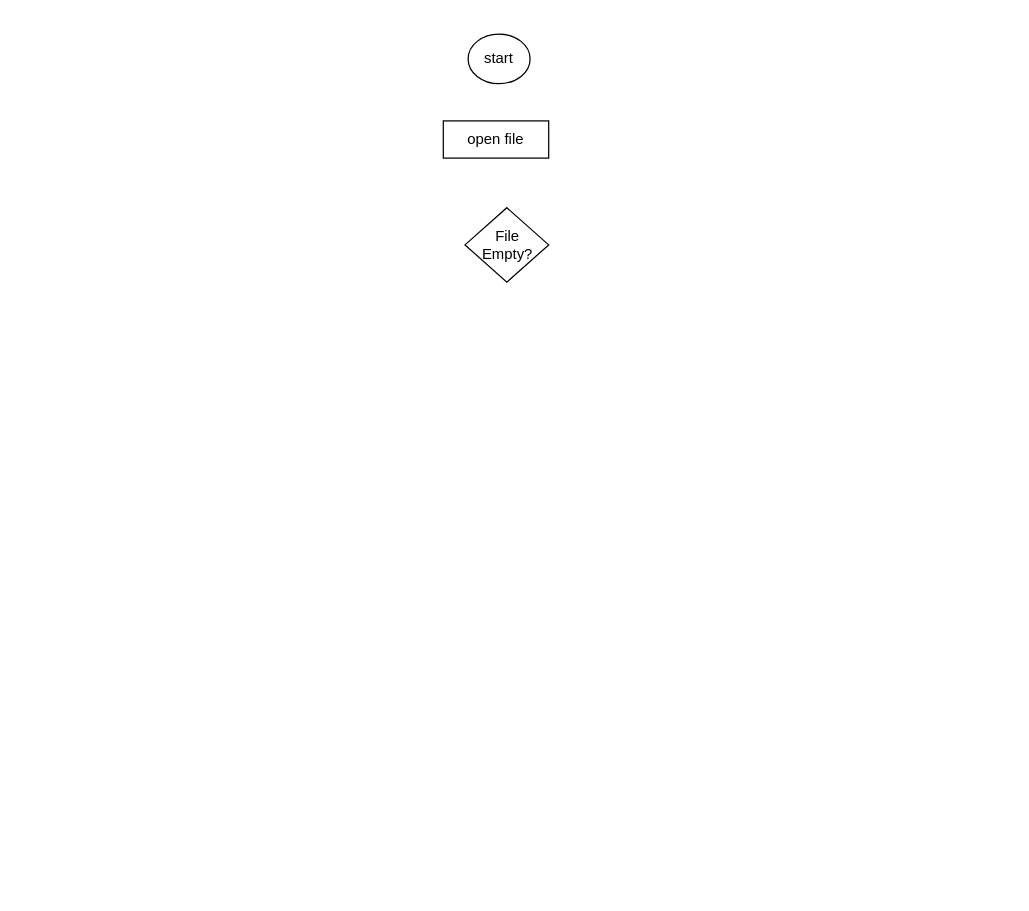
leonel-carrizo/get_next_line keeps this draw.io diagram as flowcharts_get_next_line.drawio. Above is the earlier version. Source tidied: cells renumbered, new cells numbered last; positions are measured from the earlier drawing's top-left corner, leaving out a move shared by most shapes. Both pictures are drawn from the tidied source at 124%, with x=0, y=0 at pixel (443, 33).
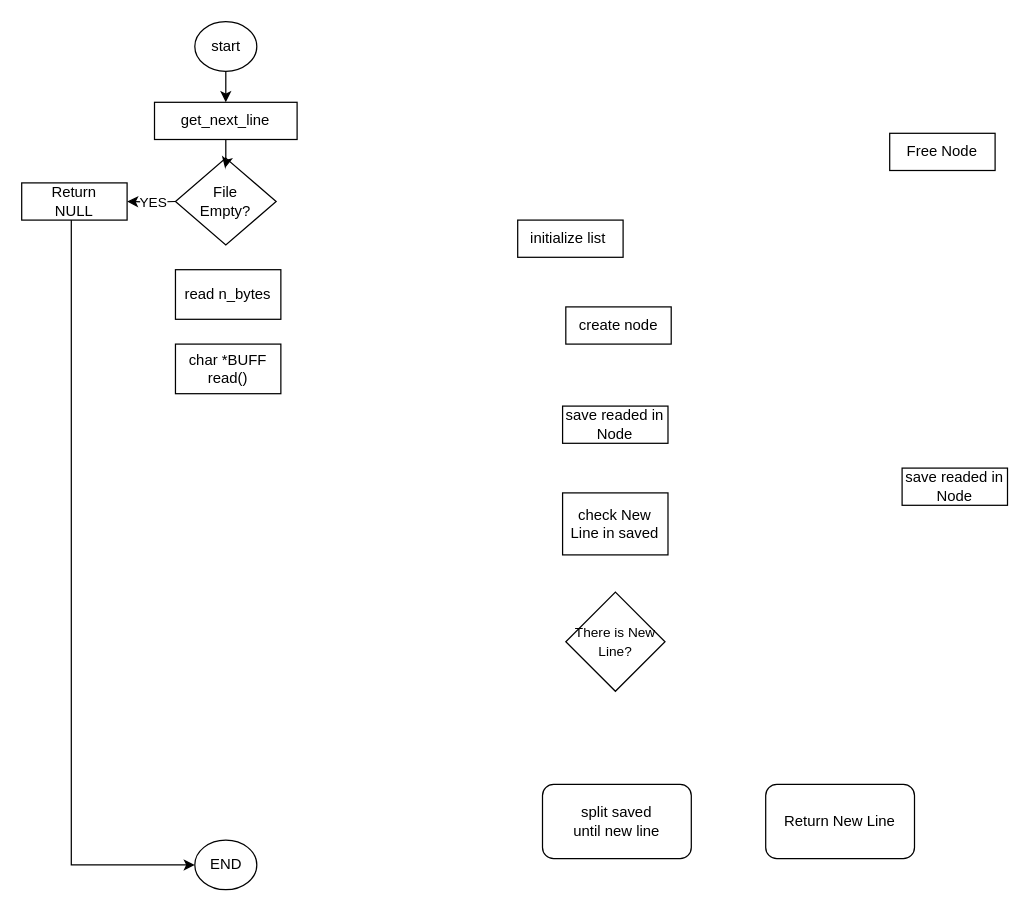
Above is the later version.

Change to the diagram source:
```diff
@@
+    <mxCell id="5" value="check New Line in saved" style="rounded=0;whiteSpace=wrap;html=1;" parent="1" vertex="1">
+      <mxGeometry x="96.2" y="370" width="85" height="50" as="geometry" />
+    </mxCell>
+    <mxCell id="6" style="edgeStyle=orthogonalEdgeStyle;rounded=0;jettySize=auto;html=1;" parent="1" edge="1" source="2" target="3">
+      <mxGeometry relative="1" as="geometry" />
+    </mxCell>
     <mxCell id="2" value="start" style="ellipse;whiteSpace=wrap;html=1;" parent="1" vertex="1">
-      <mxGeometry x="20" width="50" height="40" as="geometry" />
+      <mxGeometry x="-200.4" y="-10" width="50" height="40" as="geometry" />
     </mxCell>
-    <mxCell id="3" value="open file" style="rounded=0;whiteSpace=wrap;html=1;" parent="1" vertex="1">
-      <mxGeometry y="70" width="85" height="30" as="geometry" />
+    <mxCell id="3" value="get_next_line" style="rounded=0;whiteSpace=wrap;html=1;" parent="1" vertex="1">
+      <mxGeometry x="-232.9" y="55" width="115" height="30" as="geometry" />
     </mxCell>
+    <mxCell id="7" style="edgeStyle=orthogonalEdgeStyle;rounded=0;jettySize=auto;html=1;exitX=0;exitY=0.5;exitDx=0;exitDy=0;" parent="1" edge="1" target="13">
+      <mxGeometry relative="1" as="geometry">
+        <mxPoint x="-216" y="135" as="sourcePoint" />
+      </mxGeometry>
+    </mxCell>
+    <mxCell id="8" value="YES" style="edgeLabel;html=1;align=center;verticalAlign=middle;" parent="7" vertex="1">
+      <mxGeometry x="-0.05" relative="1" as="geometry" />
+    </mxCell>
     <mxCell id="4" value="File&lt;br&gt;Empty?" style="rhombus;whiteSpace=wrap;html=1;" parent="1" vertex="1">
-      <mxGeometry x="17.5" y="140" width="67.5" height="60" as="geometry" />
+      <mxGeometry x="-216" y="100" width="81.2" height="70" as="geometry" />
     </mxCell>
+    <mxCell id="9" value="create node" style="rounded=0;whiteSpace=wrap;html=1;" parent="1" vertex="1">
+      <mxGeometry x="98.8" y="220" width="85" height="30" as="geometry" />
+    </mxCell>
+    <mxCell id="10" value="initialize list&amp;nbsp;" style="rounded=0;whiteSpace=wrap;html=1;" parent="1" vertex="1">
+      <mxGeometry x="60" y="150" width="85" height="30" as="geometry" />
+    </mxCell>
+    <mxCell id="11" value="read n_bytes" style="rounded=0;whiteSpace=wrap;html=1;" parent="1" vertex="1">
+      <mxGeometry x="-216" y="190" width="85" height="40" as="geometry" />
+    </mxCell>
+    <mxCell id="12" style="edgeStyle=orthogonalEdgeStyle;rounded=0;jettySize=auto;html=1;entryX=0;entryY=0.5;entryDx=0;entryDy=0;" parent="1" edge="1" source="13" target="16">
+      <mxGeometry relative="1" as="geometry">
+        <Array as="points">
+          <mxPoint x="-300" y="670" />
+        </Array>
+      </mxGeometry>
+    </mxCell>
+    <mxCell id="13" value="Return&lt;br&gt;NULL" style="rounded=0;whiteSpace=wrap;html=1;" parent="1" vertex="1">
+      <mxGeometry x="-340" y="120" width="85" height="30" as="geometry" />
+    </mxCell>
+    <mxCell id="14" value="save readed in Node" style="rounded=0;whiteSpace=wrap;html=1;" parent="1" vertex="1">
+      <mxGeometry x="96.2" y="300" width="85" height="30" as="geometry" />
+    </mxCell>
+    <mxCell id="15" value="&lt;font style=&quot;font-size: 11px;&quot;&gt;There is New Line?&lt;/font&gt;" style="rhombus;whiteSpace=wrap;html=1;" parent="1" vertex="1">
+      <mxGeometry x="98.8" y="450" width="80" height="80" as="geometry" />
+    </mxCell>
+    <mxCell id="16" value="END" style="ellipse;whiteSpace=wrap;html=1;" parent="1" vertex="1">
+      <mxGeometry x="-200.4" y="650" width="50" height="40" as="geometry" />
+    </mxCell>
+    <mxCell id="17" value="Free Node" style="rounded=0;whiteSpace=wrap;html=1;" parent="1" vertex="1">
+      <mxGeometry x="360" y="80" width="85" height="30" as="geometry" />
+    </mxCell>
+    <mxCell id="18" value="split saved&lt;br&gt;until new line" style="rounded=1;whiteSpace=wrap;html=1;" parent="1" vertex="1">
+      <mxGeometry x="80" y="605" width="120" height="60" as="geometry" />
+    </mxCell>
+    <mxCell id="19" value="Return New Line" style="whiteSpace=wrap;html=1;rounded=1;" parent="1" vertex="1">
+      <mxGeometry x="260" y="605" width="120" height="60" as="geometry" />
+    </mxCell>
+    <mxCell id="20" value="save readed in Node" style="rounded=0;whiteSpace=wrap;html=1;" parent="1" vertex="1">
+      <mxGeometry x="370" y="350" width="85" height="30" as="geometry" />
+    </mxCell>
+    <mxCell id="21" style="edgeStyle=orthogonalEdgeStyle;rounded=0;jettySize=auto;html=1;entryX=0.492;entryY=0.114;entryDx=0;entryDy=0;entryPerimeter=0;" parent="1" edge="1" source="3" target="4">
+      <mxGeometry relative="1" as="geometry" />
+    </mxCell>
+    <mxCell id="22" value="char *BUFF&lt;br&gt;read()" style="rounded=0;whiteSpace=wrap;html=1;" parent="1" vertex="1">
+      <mxGeometry x="-216" y="250" width="85" height="40" as="geometry" />
+    </mxCell>
```
